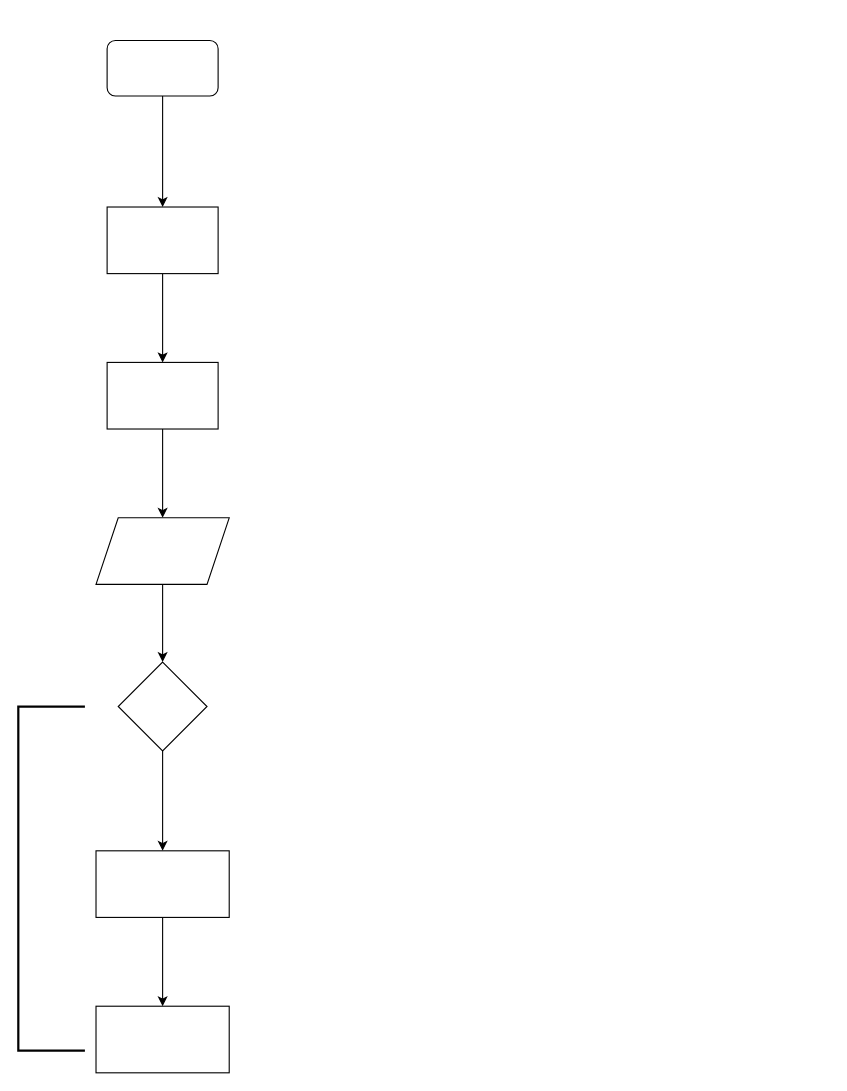
Earlier version of the draw.io diagram Sum_of_Squares_of_Given_Number.drawio (Cyriacusifeco/ALX). Source tidied: cells renumbered, new cells numbered last; positions are measured from the earlier drawing's top-left corner, leaving out a move shared by most shapes. Both pictures are drawn from the tidied source at 111%, with x=0, y=0 at pixel (18, 40).
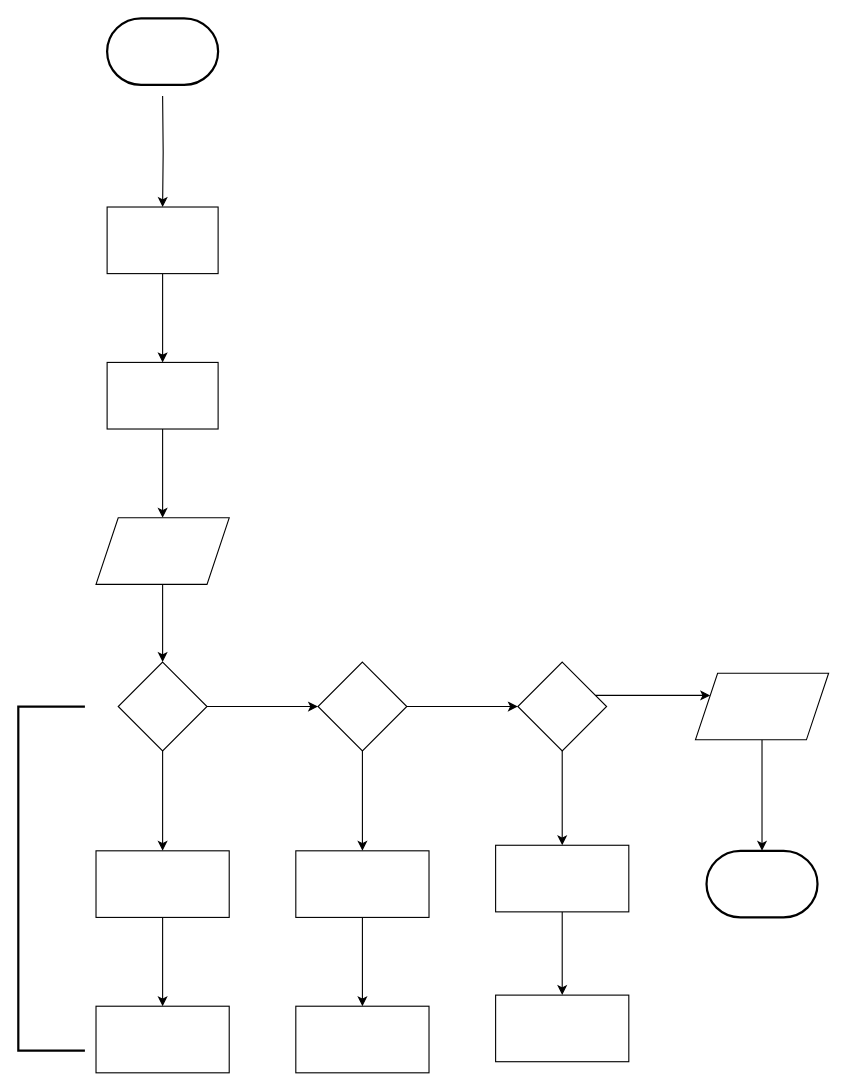
The same page after the edit.

Unchanged cells that the change refers to:
```xml
<mxCell id="5" style="rounded=0;whiteSpace=wrap;html=1;" parent="1" vertex="1">
  <mxGeometry x="80" y="150" width="100" height="60" as="geometry" />
</mxCell>
<mxCell id="11" style="rhombus;whiteSpace=wrap;html=1;rounded=0;" parent="1" vertex="1">
  <mxGeometry x="90" y="560" width="80" height="80" as="geometry" />
</mxCell>
```

What changed in the source:
```diff
@@
-    <mxCell id="2" style="edgeStyle=orthogonalEdgeStyle;rounded=0;jettySize=auto;html=1;" parent="1" edge="1" source="3" target="5">
-      <mxGeometry relative="1" as="geometry" />
+    <mxCell id="2" style="edgeStyle=orthogonalEdgeStyle;rounded=0;jettySize=auto;html=1;" parent="1" edge="1" target="5">
+      <mxGeometry relative="1" as="geometry">
+        <mxPoint x="130" y="50" as="sourcePoint" />
+      </mxGeometry>
     </mxCell>
-    <mxCell id="3" style="rounded=1;whiteSpace=wrap;html=1;" parent="1" vertex="1">
-      <mxGeometry x="80" width="100" height="50" as="geometry" />
-    </mxCell>
@@
+    <mxCell id="16" style="edgeStyle=orthogonalEdgeStyle;curved=1;rounded=0;jettySize=auto;html=1;" parent="1" edge="1" source="11" target="19">
+      <mxGeometry relative="1" as="geometry" />
+    </mxCell>
@@
+    <mxCell id="17" style="edgeStyle=orthogonalEdgeStyle;curved=1;rounded=0;jettySize=auto;html=1;" parent="1" edge="1" source="19" target="21">
+      <mxGeometry relative="1" as="geometry" />
+    </mxCell>
+    <mxCell id="18" style="edgeStyle=orthogonalEdgeStyle;curved=1;rounded=0;jettySize=auto;html=1;" parent="1" edge="1" source="19" target="25">
+      <mxGeometry relative="1" as="geometry" />
+    </mxCell>
+    <mxCell id="19" style="rhombus;whiteSpace=wrap;html=1;rounded=0;" parent="1" vertex="1">
+      <mxGeometry x="270" y="560" width="80" height="80" as="geometry" />
+    </mxCell>
+    <mxCell id="20" style="edgeStyle=orthogonalEdgeStyle;curved=1;rounded=0;jettySize=auto;html=1;" parent="1" edge="1" source="21" target="22">
+      <mxGeometry relative="1" as="geometry" />
+    </mxCell>
+    <mxCell id="21" style="whiteSpace=wrap;html=1;rounded=0;" parent="1" vertex="1">
+      <mxGeometry x="250" y="730" width="120" height="60" as="geometry" />
+    </mxCell>
+    <mxCell id="22" style="whiteSpace=wrap;html=1;rounded=0;" parent="1" vertex="1">
+      <mxGeometry x="250" y="870" width="120" height="60" as="geometry" />
+    </mxCell>
+    <mxCell id="23" style="edgeStyle=orthogonalEdgeStyle;curved=1;rounded=0;jettySize=auto;html=1;" parent="1" edge="1" source="25" target="27">
+      <mxGeometry relative="1" as="geometry" />
+    </mxCell>
+    <mxCell id="24" style="edgeStyle=orthogonalEdgeStyle;curved=1;rounded=0;jettySize=auto;html=1;" parent="1" edge="1" source="25" target="30">
+      <mxGeometry relative="1" as="geometry">
+        <Array as="points">
+          <mxPoint x="570" y="590" />
+          <mxPoint x="570" y="590" />
+        </Array>
+      </mxGeometry>
+    </mxCell>
+    <mxCell id="25" style="rhombus;whiteSpace=wrap;html=1;rounded=0;" parent="1" vertex="1">
+      <mxGeometry x="450" y="560" width="80" height="80" as="geometry" />
+    </mxCell>
+    <mxCell id="26" style="edgeStyle=orthogonalEdgeStyle;curved=1;rounded=0;jettySize=auto;html=1;" parent="1" edge="1" source="27" target="28">
+      <mxGeometry relative="1" as="geometry" />
+    </mxCell>
+    <mxCell id="27" style="whiteSpace=wrap;html=1;rounded=0;" parent="1" vertex="1">
+      <mxGeometry x="430" y="725" width="120" height="60" as="geometry" />
+    </mxCell>
+    <mxCell id="28" style="whiteSpace=wrap;html=1;rounded=0;" parent="1" vertex="1">
+      <mxGeometry x="430" y="860" width="120" height="60" as="geometry" />
+    </mxCell>
+    <mxCell id="29" style="edgeStyle=orthogonalEdgeStyle;curved=1;rounded=0;jettySize=auto;html=1;" parent="1" edge="1" source="30" target="31">
+      <mxGeometry relative="1" as="geometry" />
+    </mxCell>
+    <mxCell id="30" style="shape=parallelogram;perimeter=parallelogramPerimeter;whiteSpace=wrap;html=1;fixedSize=1;rounded=0;" parent="1" vertex="1">
+      <mxGeometry x="610" y="570" width="120" height="60" as="geometry" />
+    </mxCell>
+    <mxCell id="31" style="strokeWidth=2;html=1;shape=mxgraph.flowchart.terminator;whiteSpace=wrap;" parent="1" vertex="1">
+      <mxGeometry x="620" y="730" width="100" height="60" as="geometry" />
+    </mxCell>
+    <mxCell id="32" style="strokeWidth=2;html=1;shape=mxgraph.flowchart.terminator;whiteSpace=wrap;" parent="1" vertex="1">
+      <mxGeometry x="80" y="-20" width="100" height="60" as="geometry" />
+    </mxCell>
```
